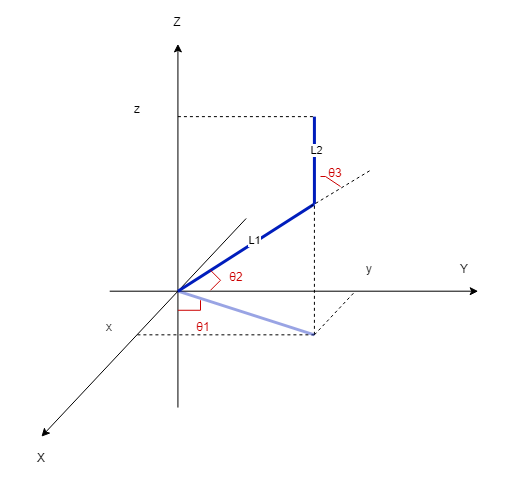
MoniqueMoreira/Robotics_AB2_Part1 keeps this draw.io diagram as Figure_9.png. Above is the earlier version. Source tidied: cells renumbered, new cells last; positions are measured from the earlier drawing's top-left corner, leaving out a move shared by most shapes. Source of this version:
```xml
<mxGraphModel>
  <root>
    <mxCell id="0" />
    <mxCell id="1" parent="0" />
    <mxCell id="2" style="group;" parent="1" vertex="1">
      <mxGeometry y="-0.2" width="505" height="480" as="geometry" />
    </mxCell>
    <mxCell id="3" style="endArrow=classic;html=1;rounded=0;" parent="2" edge="1">
      <mxGeometry relative="1" as="geometry">
        <mxPoint x="177.4" y="407.3" as="sourcePoint" />
        <mxPoint x="177.4" y="43.6" as="targetPoint" />
      </mxGeometry>
    </mxCell>
    <mxCell id="4" style="endArrow=classic;html=1;rounded=0;" parent="2" edge="1">
      <mxGeometry relative="1" as="geometry">
        <mxPoint x="109.2" y="290.9" as="sourcePoint" />
        <mxPoint x="477.7" y="290.9" as="targetPoint" />
      </mxGeometry>
    </mxCell>
    <mxCell id="5" style="endArrow=classic;html=1;rounded=0;" parent="2" edge="1">
      <mxGeometry relative="1" as="geometry">
        <mxPoint x="245.7" y="218.2" as="sourcePoint" />
        <mxPoint x="40.9" y="436.4" as="targetPoint" />
      </mxGeometry>
    </mxCell>
    <mxCell id="6" style="endArrow=none;dashed=1;html=1;rounded=0;" parent="2" edge="1">
      <mxGeometry relative="1" as="geometry">
        <mxPoint x="313.9" y="334.5" as="sourcePoint" />
        <mxPoint x="313.9" y="203.6" as="targetPoint" />
      </mxGeometry>
    </mxCell>
    <mxCell id="7" style="endArrow=none;dashed=1;html=1;rounded=0;" parent="2" edge="1">
      <mxGeometry relative="1" as="geometry">
        <mxPoint x="313.9" y="334.5" as="sourcePoint" />
        <mxPoint x="354.9" y="290.9" as="targetPoint" />
      </mxGeometry>
    </mxCell>
    <mxCell id="8" style="endArrow=none;dashed=1;html=1;rounded=0;" parent="2" edge="1">
      <mxGeometry relative="1" as="geometry">
        <mxPoint x="313.9" y="334.5" as="sourcePoint" />
        <mxPoint x="136.5" y="334.5" as="targetPoint" />
      </mxGeometry>
    </mxCell>
    <mxCell id="9" style="endArrow=none;dashed=1;html=1;rounded=0;" parent="2" edge="1">
      <mxGeometry relative="1" as="geometry">
        <mxPoint x="177.4" y="116.4" as="sourcePoint" />
        <mxPoint x="313.9" y="116.4" as="targetPoint" />
      </mxGeometry>
    </mxCell>
    <mxCell id="10" style="endArrow=none;html=1;rounded=0;strokeWidth=3;fillColor=#0050ef;strokeColor=#001DBC;" parent="2" edge="1">
      <mxGeometry relative="1" as="geometry">
        <mxPoint x="177.4" y="290.9" as="sourcePoint" />
        <mxPoint x="313.9" y="203.6" as="targetPoint" />
      </mxGeometry>
    </mxCell>
    <mxCell id="11" value="L1" style="edgeLabel;html=1;align=center;verticalAlign=middle;" parent="10" vertex="1">
      <mxGeometry x="0.42" relative="1" as="geometry">
        <mxPoint x="-22" y="11" as="offset" />
      </mxGeometry>
    </mxCell>
    <mxCell id="12" style="endArrow=none;html=1;rounded=0;fillColor=#0050ef;strokeColor=#001DBC;strokeWidth=3;" parent="2" edge="1">
      <mxGeometry relative="1" as="geometry">
        <mxPoint x="313.9" y="203.6" as="sourcePoint" />
        <mxPoint x="313.9" y="116.4" as="targetPoint" />
      </mxGeometry>
    </mxCell>
    <mxCell id="13" value="L2" style="edgeLabel;html=1;align=center;verticalAlign=middle;" parent="12" vertex="1">
      <mxGeometry x="0.24" y="-1" relative="1" as="geometry" />
    </mxCell>
    <mxCell id="14" style="endArrow=none;html=1;rounded=0;fillColor=#0050ef;strokeColor=#001DBC;strokeWidth=3;opacity=40;" parent="2" edge="1">
      <mxGeometry relative="1" as="geometry">
        <mxPoint x="177.4" y="290.9" as="sourcePoint" />
        <mxPoint x="313.9" y="334.5" as="targetPoint" />
      </mxGeometry>
    </mxCell>
    <mxCell id="15" value="X" style="text;html=1;strokeColor=none;fillColor=none;align=center;verticalAlign=middle;whiteSpace=wrap;rounded=0;" parent="2" vertex="1">
      <mxGeometry y="436.4" width="81.9" height="43.6" as="geometry" />
    </mxCell>
    <mxCell id="16" value="Y" style="text;html=1;strokeColor=none;fillColor=none;align=center;verticalAlign=middle;whiteSpace=wrap;rounded=0;" parent="2" vertex="1">
      <mxGeometry x="423.1" y="247.3" width="81.9" height="43.6" as="geometry" />
    </mxCell>
    <mxCell id="17" value="Z" style="text;html=1;strokeColor=none;fillColor=none;align=center;verticalAlign=middle;whiteSpace=wrap;rounded=0;" parent="2" vertex="1">
      <mxGeometry x="136.5" width="81.9" height="43.6" as="geometry" />
    </mxCell>
    <mxCell id="18" value="z" style="text;html=1;strokeColor=none;fillColor=none;align=center;verticalAlign=middle;whiteSpace=wrap;rounded=0;" parent="2" vertex="1">
      <mxGeometry x="95.5" y="87.3" width="81.9" height="43.6" as="geometry" />
    </mxCell>
    <mxCell id="19" value="x" style="text;html=1;strokeColor=none;fillColor=none;align=center;verticalAlign=middle;whiteSpace=wrap;rounded=0;" parent="2" vertex="1">
      <mxGeometry x="68.2" y="305.5" width="81.9" height="43.6" as="geometry" />
    </mxCell>
    <mxCell id="20" value="y" style="text;html=1;strokeColor=none;fillColor=none;align=center;verticalAlign=middle;whiteSpace=wrap;rounded=0;" parent="2" vertex="1">
      <mxGeometry x="327.6" y="247.3" width="81.9" height="43.6" as="geometry" />
    </mxCell>
    <mxCell id="21" style="endArrow=none;html=1;rounded=0;fillColor=#a20025;strokeColor=#CC0000;" parent="2" edge="1">
      <mxGeometry relative="1" as="geometry">
        <mxPoint x="177.4" y="310" as="sourcePoint" />
        <mxPoint x="200" y="300" as="targetPoint" />
        <Array as="points">
          <mxPoint x="200" y="310" />
        </Array>
      </mxGeometry>
    </mxCell>
    <mxCell id="22" value="&lt;font color=&quot;#cc0000&quot;&gt;θ1&lt;/font&gt;" style="text;html=1;strokeColor=none;fillColor=none;align=center;verticalAlign=middle;whiteSpace=wrap;rounded=0;" parent="2" vertex="1">
      <mxGeometry x="188.4" y="320" width="30" height="14.6" as="geometry" />
    </mxCell>
    <mxCell id="23" style="endArrow=none;html=1;rounded=0;fillColor=#a20025;strokeColor=#CC0000;" parent="2" edge="1">
      <mxGeometry relative="1" as="geometry">
        <mxPoint x="210" y="290" as="sourcePoint" />
        <mxPoint x="210" y="270" as="targetPoint" />
        <Array as="points">
          <mxPoint x="220" y="280" />
        </Array>
      </mxGeometry>
    </mxCell>
    <mxCell id="24" value="&lt;font color=&quot;#cc0000&quot;&gt;θ2&lt;/font&gt;" style="text;html=1;strokeColor=none;fillColor=none;align=center;verticalAlign=middle;whiteSpace=wrap;rounded=0;" parent="2" vertex="1">
      <mxGeometry x="220.9" y="270" width="30" height="14.6" as="geometry" />
    </mxCell>
    <mxCell id="25" style="endArrow=none;dashed=1;html=1;rounded=0;" parent="2" edge="1">
      <mxGeometry relative="1" as="geometry">
        <mxPoint x="310" y="206.2" as="sourcePoint" />
        <mxPoint x="370" y="170" as="targetPoint" />
      </mxGeometry>
    </mxCell>
    <mxCell id="26" style="endArrow=none;html=1;rounded=0;fillColor=#a20025;strokeColor=#CC0000;" parent="2" edge="1">
      <mxGeometry relative="1" as="geometry">
        <mxPoint x="340" y="186.2" as="sourcePoint" />
        <mxPoint x="320" y="176.2" as="targetPoint" />
        <Array as="points">
          <mxPoint x="325" y="176.2" />
        </Array>
      </mxGeometry>
    </mxCell>
    <mxCell id="27" value="&lt;font color=&quot;#cc0000&quot;&gt;θ3&lt;/font&gt;" style="text;html=1;strokeColor=none;fillColor=none;align=center;verticalAlign=middle;whiteSpace=wrap;rounded=0;" parent="2" vertex="1">
      <mxGeometry x="320" y="166.2" width="30" height="14.6" as="geometry" />
    </mxCell>
  </root>
</mxGraphModel>
```
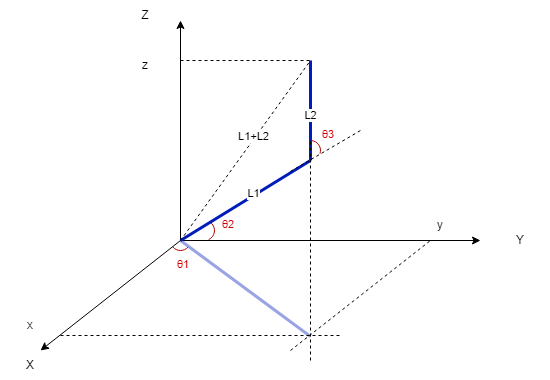
The same file after the commit.

The edit, as a diff of the source:
```diff
@@ -2,136 +2,122 @@
   <root>
     <mxCell id="0" />
     <mxCell id="1" parent="0" />
-    <mxCell id="2" style="group;" parent="1" vertex="1">
-      <mxGeometry y="-0.2" width="505" height="480" as="geometry" />
-    </mxCell>
-    <mxCell id="3" style="endArrow=classic;html=1;rounded=0;" parent="2" edge="1">
-      <mxGeometry relative="1" as="geometry">
-        <mxPoint x="177.4" y="407.3" as="sourcePoint" />
-        <mxPoint x="177.4" y="43.6" as="targetPoint" />
-      </mxGeometry>
-    </mxCell>
-    <mxCell id="4" style="endArrow=classic;html=1;rounded=0;" parent="2" edge="1">
-      <mxGeometry relative="1" as="geometry">
-        <mxPoint x="109.2" y="290.9" as="sourcePoint" />
-        <mxPoint x="477.7" y="290.9" as="targetPoint" />
-      </mxGeometry>
-    </mxCell>
-    <mxCell id="5" style="endArrow=classic;html=1;rounded=0;" parent="2" edge="1">
-      <mxGeometry relative="1" as="geometry">
-        <mxPoint x="245.7" y="218.2" as="sourcePoint" />
-        <mxPoint x="40.9" y="436.4" as="targetPoint" />
-      </mxGeometry>
-    </mxCell>
-    <mxCell id="6" style="endArrow=none;dashed=1;html=1;rounded=0;" parent="2" edge="1">
-      <mxGeometry relative="1" as="geometry">
-        <mxPoint x="313.9" y="334.5" as="sourcePoint" />
-        <mxPoint x="313.9" y="203.6" as="targetPoint" />
-      </mxGeometry>
-    </mxCell>
-    <mxCell id="7" style="endArrow=none;dashed=1;html=1;rounded=0;" parent="2" edge="1">
-      <mxGeometry relative="1" as="geometry">
-        <mxPoint x="313.9" y="334.5" as="sourcePoint" />
-        <mxPoint x="354.9" y="290.9" as="targetPoint" />
-      </mxGeometry>
-    </mxCell>
-    <mxCell id="8" style="endArrow=none;dashed=1;html=1;rounded=0;" parent="2" edge="1">
-      <mxGeometry relative="1" as="geometry">
-        <mxPoint x="313.9" y="334.5" as="sourcePoint" />
-        <mxPoint x="136.5" y="334.5" as="targetPoint" />
-      </mxGeometry>
-    </mxCell>
-    <mxCell id="9" style="endArrow=none;dashed=1;html=1;rounded=0;" parent="2" edge="1">
-      <mxGeometry relative="1" as="geometry">
-        <mxPoint x="177.4" y="116.4" as="sourcePoint" />
-        <mxPoint x="313.9" y="116.4" as="targetPoint" />
-      </mxGeometry>
-    </mxCell>
-    <mxCell id="10" style="endArrow=none;html=1;rounded=0;strokeWidth=3;fillColor=#0050ef;strokeColor=#001DBC;" parent="2" edge="1">
-      <mxGeometry relative="1" as="geometry">
-        <mxPoint x="177.4" y="290.9" as="sourcePoint" />
-        <mxPoint x="313.9" y="203.6" as="targetPoint" />
-      </mxGeometry>
-    </mxCell>
+    <mxCell id="28" style="endArrow=classic;html=1;rounded=0;" parent="1" edge="1">
+      <mxGeometry relative="1" as="geometry">
+        <mxPoint x="120" y="-34" as="sourcePoint" />
+        <mxPoint x="120" y="-254" as="targetPoint" />
+      </mxGeometry>
+    </mxCell>
+    <mxCell id="29" style="endArrow=classic;html=1;rounded=0;" parent="1" edge="1">
+      <mxGeometry relative="1" as="geometry">
+        <mxPoint x="120" y="-34" as="sourcePoint" />
+        <mxPoint x="420" y="-34" as="targetPoint" />
+      </mxGeometry>
+    </mxCell>
+    <mxCell id="30" style="endArrow=classic;html=1;rounded=0;" parent="1" edge="1">
+      <mxGeometry relative="1" as="geometry">
+        <mxPoint x="120" y="-34" as="sourcePoint" />
+        <mxPoint x="-20" y="76" as="targetPoint" />
+      </mxGeometry>
+    </mxCell>
+    <mxCell id="31" style="endArrow=none;html=1;rounded=0;strokeWidth=3;fillColor=#0050ef;strokeColor=#001DBC;" parent="1" edge="1">
+      <mxGeometry relative="1" as="geometry">
+        <mxPoint x="120" y="-34" as="sourcePoint" />
+        <mxPoint x="250" y="-114" as="targetPoint" />
+      </mxGeometry>
+    </mxCell>
-    <mxCell id="11" value="L1" style="edgeLabel;html=1;align=center;verticalAlign=middle;" parent="10" vertex="1">
-      <mxGeometry x="0.42" relative="1" as="geometry">
-        <mxPoint x="-22" y="11" as="offset" />
-      </mxGeometry>
+    <mxCell id="11" value="L1" style="edgeLabel;html=1;align=center;verticalAlign=middle;" parent="31" vertex="1">
+      <mxGeometry x="0.13" y="2" relative="1" as="geometry" />
     </mxCell>
-    <mxCell id="12" style="endArrow=none;html=1;rounded=0;fillColor=#0050ef;strokeColor=#001DBC;strokeWidth=3;" parent="2" edge="1">
-      <mxGeometry relative="1" as="geometry">
-        <mxPoint x="313.9" y="203.6" as="sourcePoint" />
-        <mxPoint x="313.9" y="116.4" as="targetPoint" />
-      </mxGeometry>
-    </mxCell>
+    <mxCell id="32" style="endArrow=none;html=1;rounded=0;fillColor=#0050ef;strokeColor=#001DBC;strokeWidth=3;" parent="1" edge="1">
+      <mxGeometry relative="1" as="geometry">
+        <mxPoint x="250" y="-114" as="sourcePoint" />
+        <mxPoint x="250" y="-214" as="targetPoint" />
+      </mxGeometry>
+    </mxCell>
-    <mxCell id="13" value="L2" style="edgeLabel;html=1;align=center;verticalAlign=middle;" parent="12" vertex="1">
-      <mxGeometry x="0.24" y="-1" relative="1" as="geometry" />
+    <mxCell id="13" value="L2" style="edgeLabel;html=1;align=center;verticalAlign=middle;" parent="32" vertex="1">
+      <mxGeometry x="-0.11" relative="1" as="geometry" />
     </mxCell>
-    <mxCell id="14" style="endArrow=none;html=1;rounded=0;fillColor=#0050ef;strokeColor=#001DBC;strokeWidth=3;opacity=40;" parent="2" edge="1">
-      <mxGeometry relative="1" as="geometry">
-        <mxPoint x="177.4" y="290.9" as="sourcePoint" />
-        <mxPoint x="313.9" y="334.5" as="targetPoint" />
-      </mxGeometry>
-    </mxCell>
+    <mxCell id="33" style="endArrow=none;dashed=1;html=1;rounded=0;" parent="1" edge="1">
+      <mxGeometry relative="1" as="geometry">
+        <mxPoint x="230" y="-103" as="sourcePoint" />
+        <mxPoint x="300" y="-144" as="targetPoint" />
+      </mxGeometry>
+    </mxCell>
+    <mxCell id="34" style="endArrow=none;html=1;rounded=0;strokeWidth=3;fillColor=#0050ef;strokeColor=#001DBC;opacity=40;jumpSize=5;" parent="1" edge="1">
+      <mxGeometry relative="1" as="geometry">
+        <mxPoint x="120" y="-34" as="sourcePoint" />
+        <mxPoint x="250" y="62" as="targetPoint" />
+      </mxGeometry>
+    </mxCell>
+    <mxCell id="35" style="endArrow=none;dashed=1;html=1;rounded=0;" parent="1" edge="1">
+      <mxGeometry relative="1" as="geometry">
+        <mxPoint x="250" y="86" as="sourcePoint" />
+        <mxPoint x="250" y="-134" as="targetPoint" />
+      </mxGeometry>
+    </mxCell>
+    <mxCell id="36" style="endArrow=none;dashed=1;html=1;rounded=0;" parent="1" edge="1">
+      <mxGeometry relative="1" as="geometry">
+        <mxPoint x="230" y="76" as="sourcePoint" />
+        <mxPoint x="370" y="-34" as="targetPoint" />
+      </mxGeometry>
+    </mxCell>
+    <mxCell id="37" style="endArrow=none;dashed=1;html=1;rounded=0;" parent="1" edge="1">
+      <mxGeometry relative="1" as="geometry">
+        <mxPoint y="61" as="sourcePoint" />
+        <mxPoint x="280" y="61" as="targetPoint" />
+      </mxGeometry>
+    </mxCell>
+    <mxCell id="38" style="verticalLabelPosition=bottom;verticalAlign=top;html=1;shape=mxgraph.basic.arc;startAngle=0.36704887437191186;endAngle=0.6383328780941797;fillColor=#e51400;fontColor=#ffffff;strokeColor=#B20000;" parent="1" vertex="1">
+      <mxGeometry x="110" y="-44" width="20" height="20" as="geometry" />
+    </mxCell>
+    <mxCell id="22" value="&lt;span style=&quot;font-family: arial, sans-serif; font-style: normal; font-variant-ligatures: normal; font-variant-caps: normal; font-weight: 400; letter-spacing: normal; orphans: 2; text-align: left; text-indent: 0px; text-transform: none; widows: 2; word-spacing: 0px; -webkit-text-stroke-width: 0px; background-color: rgb(255, 255, 255); text-decoration-thickness: initial; text-decoration-style: initial; text-decoration-color: initial; float: none; display: inline !important;&quot;&gt;&lt;font style=&quot;font-size: 11px;&quot; color=&quot;#cc0000&quot;&gt;θ1&lt;/font&gt;&lt;/span&gt;" style="text;whiteSpace=wrap;html=1;" parent="1" vertex="1">
+      <mxGeometry x="115" y="-24" width="10" height="10" as="geometry" />
+    </mxCell>
+    <mxCell id="39" style="verticalLabelPosition=bottom;verticalAlign=top;html=1;shape=mxgraph.basic.arc;startAngle=0.11765959640537577;endAngle=0.43270070745012734;fillColor=#e51400;fontColor=#ffffff;strokeColor=#B20000;" parent="1" vertex="1">
+      <mxGeometry x="134" y="-54" width="20" height="20" as="geometry" />
+    </mxCell>
+    <mxCell id="24" value="&lt;span style=&quot;font-family: arial, sans-serif; font-style: normal; font-variant-ligatures: normal; font-variant-caps: normal; font-weight: 400; letter-spacing: normal; orphans: 2; text-align: left; text-indent: 0px; text-transform: none; widows: 2; word-spacing: 0px; -webkit-text-stroke-width: 0px; background-color: rgb(255, 255, 255); text-decoration-thickness: initial; text-decoration-style: initial; text-decoration-color: initial; float: none; display: inline !important;&quot;&gt;&lt;font style=&quot;font-size: 11px;&quot; color=&quot;#cc0000&quot;&gt;θ2&lt;/font&gt;&lt;/span&gt;" style="text;whiteSpace=wrap;html=1;" parent="1" vertex="1">
+      <mxGeometry x="160" y="-64" width="20" height="10" as="geometry" />
+    </mxCell>
+    <mxCell id="40" style="verticalLabelPosition=bottom;verticalAlign=top;html=1;shape=mxgraph.basic.arc;startAngle=0.011122702613081634;endAngle=0.2992907545140471;fillColor=#e51400;fontColor=#ffffff;strokeColor=#B20000;" parent="1" vertex="1">
+      <mxGeometry x="240" y="-134" width="20" height="20" as="geometry" />
+    </mxCell>
+    <mxCell id="27" value="&lt;span style=&quot;font-family: arial, sans-serif; font-style: normal; font-variant-ligatures: normal; font-variant-caps: normal; font-weight: 400; letter-spacing: normal; orphans: 2; text-align: left; text-indent: 0px; text-transform: none; widows: 2; word-spacing: 0px; -webkit-text-stroke-width: 0px; background-color: rgb(255, 255, 255); text-decoration-thickness: initial; text-decoration-style: initial; text-decoration-color: initial; float: none; display: inline !important;&quot;&gt;&lt;font style=&quot;font-size: 11px;&quot; color=&quot;#cc0000&quot;&gt;θ3&lt;br&gt;&lt;/font&gt;&lt;/span&gt;" style="text;whiteSpace=wrap;html=1;" parent="1" vertex="1">
+      <mxGeometry x="260" y="-154" width="20" height="10" as="geometry" />
+    </mxCell>
-    <mxCell id="15" value="X" style="text;html=1;strokeColor=none;fillColor=none;align=center;verticalAlign=middle;whiteSpace=wrap;rounded=0;" parent="2" vertex="1">
-      <mxGeometry y="436.4" width="81.9" height="43.6" as="geometry" />
+    <mxCell id="15" value="X" style="text;html=1;strokeColor=none;fillColor=none;align=center;verticalAlign=middle;whiteSpace=wrap;rounded=0;" parent="1" vertex="1">
+      <mxGeometry x="-60" y="76" width="60" height="30" as="geometry" />
     </mxCell>
-    <mxCell id="16" value="Y" style="text;html=1;strokeColor=none;fillColor=none;align=center;verticalAlign=middle;whiteSpace=wrap;rounded=0;" parent="2" vertex="1">
-      <mxGeometry x="423.1" y="247.3" width="81.9" height="43.6" as="geometry" />
+    <mxCell id="16" value="Y" style="text;html=1;strokeColor=none;fillColor=none;align=center;verticalAlign=middle;whiteSpace=wrap;rounded=0;" parent="1" vertex="1">
+      <mxGeometry x="430" y="-49" width="60" height="30" as="geometry" />
     </mxCell>
-    <mxCell id="17" value="Z" style="text;html=1;strokeColor=none;fillColor=none;align=center;verticalAlign=middle;whiteSpace=wrap;rounded=0;" parent="2" vertex="1">
-      <mxGeometry x="136.5" width="81.9" height="43.6" as="geometry" />
+    <mxCell id="17" value="Z" style="text;html=1;strokeColor=none;fillColor=none;align=center;verticalAlign=middle;whiteSpace=wrap;rounded=0;" parent="1" vertex="1">
+      <mxGeometry x="55" y="-274" width="60" height="30" as="geometry" />
     </mxCell>
-    <mxCell id="18" value="z" style="text;html=1;strokeColor=none;fillColor=none;align=center;verticalAlign=middle;whiteSpace=wrap;rounded=0;" parent="2" vertex="1">
-      <mxGeometry x="95.5" y="87.3" width="81.9" height="43.6" as="geometry" />
-    </mxCell>
-    <mxCell id="19" value="x" style="text;html=1;strokeColor=none;fillColor=none;align=center;verticalAlign=middle;whiteSpace=wrap;rounded=0;" parent="2" vertex="1">
-      <mxGeometry x="68.2" y="305.5" width="81.9" height="43.6" as="geometry" />
+    <mxCell id="19" value="x" style="text;html=1;strokeColor=none;fillColor=none;align=center;verticalAlign=middle;whiteSpace=wrap;rounded=0;" parent="1" vertex="1">
+      <mxGeometry x="-60" y="36" width="60" height="30" as="geometry" />
     </mxCell>
-    <mxCell id="20" value="y" style="text;html=1;strokeColor=none;fillColor=none;align=center;verticalAlign=middle;whiteSpace=wrap;rounded=0;" parent="2" vertex="1">
-      <mxGeometry x="327.6" y="247.3" width="81.9" height="43.6" as="geometry" />
+    <mxCell id="20" value="y" style="text;html=1;strokeColor=none;fillColor=none;align=center;verticalAlign=middle;whiteSpace=wrap;rounded=0;" parent="1" vertex="1">
+      <mxGeometry x="350" y="-64" width="60" height="30" as="geometry" />
     </mxCell>
-    <mxCell id="21" style="endArrow=none;html=1;rounded=0;fillColor=#a20025;strokeColor=#CC0000;" parent="2" edge="1">
-      <mxGeometry relative="1" as="geometry">
-        <mxPoint x="177.4" y="310" as="sourcePoint" />
-        <mxPoint x="200" y="300" as="targetPoint" />
-        <Array as="points">
-          <mxPoint x="200" y="310" />
-        </Array>
-      </mxGeometry>
-    </mxCell>
-    <mxCell id="22" value="&lt;font color=&quot;#cc0000&quot;&gt;θ1&lt;/font&gt;" style="text;html=1;strokeColor=none;fillColor=none;align=center;verticalAlign=middle;whiteSpace=wrap;rounded=0;" parent="2" vertex="1">
-      <mxGeometry x="188.4" y="320" width="30" height="14.6" as="geometry" />
-    </mxCell>
-    <mxCell id="23" style="endArrow=none;html=1;rounded=0;fillColor=#a20025;strokeColor=#CC0000;" parent="2" edge="1">
-      <mxGeometry relative="1" as="geometry">
-        <mxPoint x="210" y="290" as="sourcePoint" />
-        <mxPoint x="210" y="270" as="targetPoint" />
-        <Array as="points">
-          <mxPoint x="220" y="280" />
-        </Array>
-      </mxGeometry>
-    </mxCell>
-    <mxCell id="24" value="&lt;font color=&quot;#cc0000&quot;&gt;θ2&lt;/font&gt;" style="text;html=1;strokeColor=none;fillColor=none;align=center;verticalAlign=middle;whiteSpace=wrap;rounded=0;" parent="2" vertex="1">
-      <mxGeometry x="220.9" y="270" width="30" height="14.6" as="geometry" />
-    </mxCell>
-    <mxCell id="25" style="endArrow=none;dashed=1;html=1;rounded=0;" parent="2" edge="1">
-      <mxGeometry relative="1" as="geometry">
-        <mxPoint x="310" y="206.2" as="sourcePoint" />
-        <mxPoint x="370" y="170" as="targetPoint" />
-      </mxGeometry>
-    </mxCell>
-    <mxCell id="26" style="endArrow=none;html=1;rounded=0;fillColor=#a20025;strokeColor=#CC0000;" parent="2" edge="1">
-      <mxGeometry relative="1" as="geometry">
-        <mxPoint x="340" y="186.2" as="sourcePoint" />
-        <mxPoint x="320" y="176.2" as="targetPoint" />
-        <Array as="points">
-          <mxPoint x="325" y="176.2" />
-        </Array>
-      </mxGeometry>
-    </mxCell>
-    <mxCell id="27" value="&lt;font color=&quot;#cc0000&quot;&gt;θ3&lt;/font&gt;" style="text;html=1;strokeColor=none;fillColor=none;align=center;verticalAlign=middle;whiteSpace=wrap;rounded=0;" parent="2" vertex="1">
-      <mxGeometry x="320" y="166.2" width="30" height="14.6" as="geometry" />
-    </mxCell>
+    <mxCell id="18" value="z" style="text;html=1;strokeColor=none;fillColor=none;align=center;verticalAlign=middle;whiteSpace=wrap;rounded=0;" parent="1" vertex="1">
+      <mxGeometry x="55" y="-224" width="60" height="30" as="geometry" />
+    </mxCell>
+    <mxCell id="41" style="endArrow=none;dashed=1;html=1;rounded=0;" parent="1" edge="1">
+      <mxGeometry relative="1" as="geometry">
+        <mxPoint x="120" y="-214" as="sourcePoint" />
+        <mxPoint x="250" y="-214" as="targetPoint" />
+      </mxGeometry>
+    </mxCell>
+    <mxCell id="42" style="endArrow=none;dashed=1;html=1;rounded=0;" parent="1" edge="1">
+      <mxGeometry relative="1" as="geometry">
+        <mxPoint x="120" y="-34" as="sourcePoint" />
+        <mxPoint x="250" y="-214" as="targetPoint" />
+      </mxGeometry>
+    </mxCell>
+    <mxCell id="43" value="L1+L2" style="edgeLabel;html=1;align=center;verticalAlign=middle;" parent="42" vertex="1">
+      <mxGeometry x="0.14" y="2" relative="1" as="geometry" />
+    </mxCell>
   </root>
 </mxGraphModel>
```
